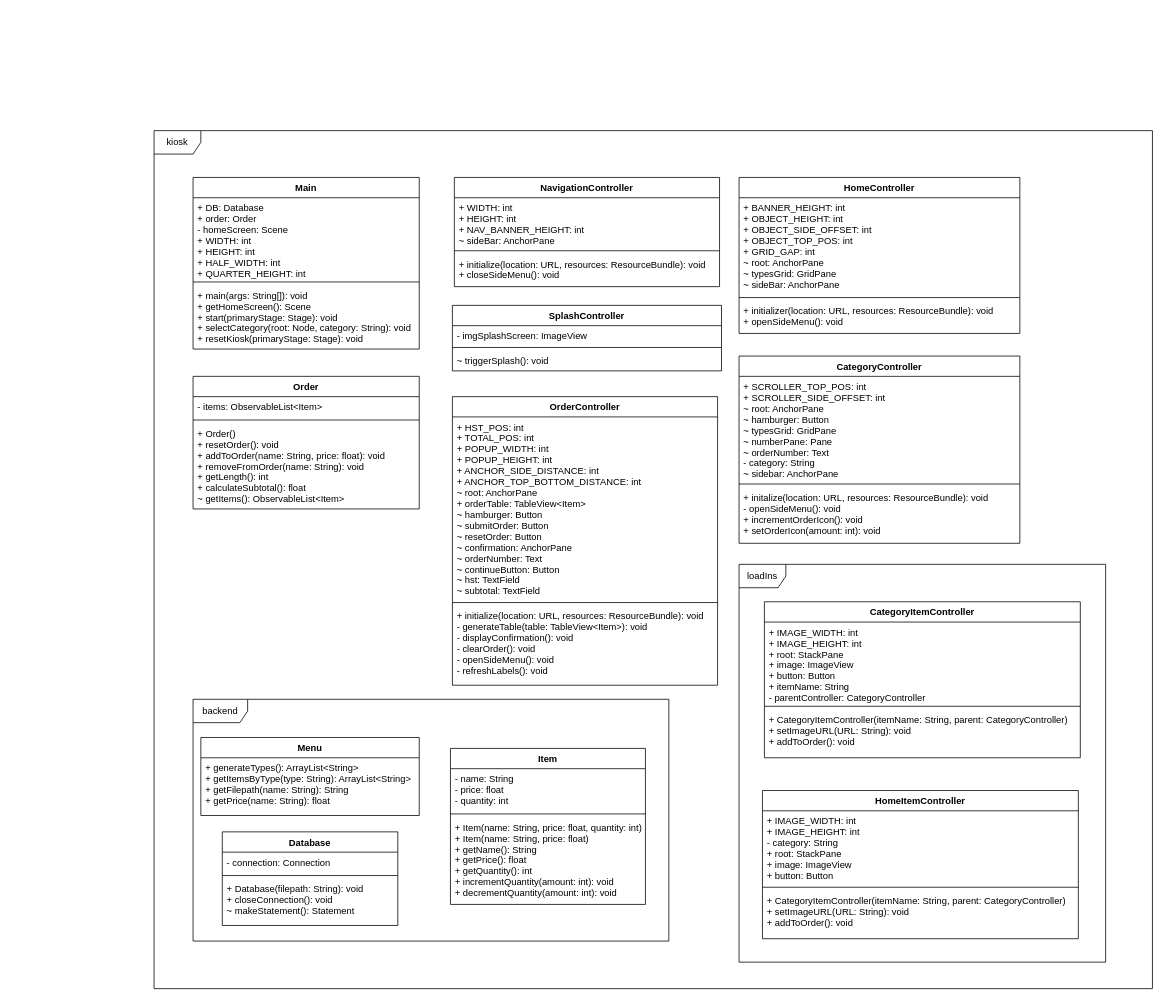
Earlier version of the draw.io diagram ClassDiagram.drawio (matthew-e-brown/COIS-2240H-FinalProject). Source tidied: cells renumbered, new cells numbered last; positions are measured from the earlier drawing's top-left corner, leaving out a move shared by most shapes. Both pictures are drawn from the tidied source at 78%, with x=0, y=0 at pixel (154, 130).
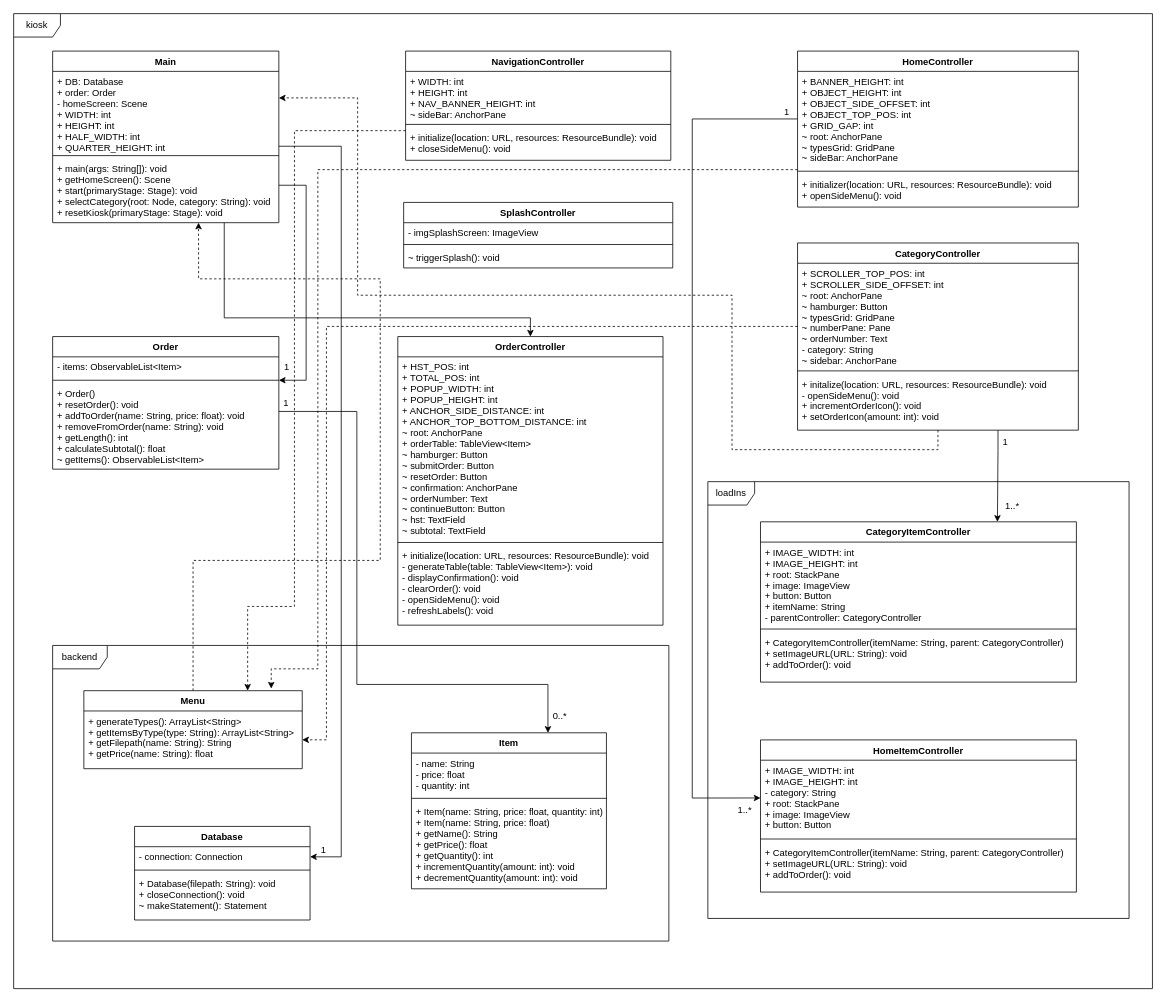
After the change.

Commit message (it also covers changes not shown here):
update class diagram 	- add paths to class diagram 	- replaced old pdf with updated pdf

The change refers to these unchanged cells:
```xml
<mxCell id="4" value="+ DB: Database&#10;+ order: Order&#10;- homeScreen: Scene&#10;+ WIDTH: int&#10;+ HEIGHT: int&#10;+ HALF_WIDTH: int&#10;+ QUARTER_HEIGHT: int" style="text;strokeColor=none;fillColor=none;align=left;verticalAlign=top;spacingLeft=4;spacingRight=4;overflow=hidden;points=[[0,0.5],[1,0.5]];portConstraint=eastwest;" parent="3" vertex="1">
  <mxGeometry y="26" width="290" height="104" as="geometry" />
</mxCell>
<mxCell id="6" value="+ main(args: String[]): void&#10;+ getHomeScreen(): Scene&#10;+ start(primaryStage: Stage): void&#10;+ selectCategory(root: Node, category: String): void&#10;+ resetKiosk(primaryStage: Stage): void&#10;" style="text;strokeColor=none;fillColor=none;align=left;verticalAlign=top;spacingLeft=4;spacingRight=4;overflow=hidden;points=[[0,0.5],[1,0.5]];portConstraint=eastwest;" parent="3" vertex="1">
  <mxGeometry y="138" width="290" height="82" as="geometry" />
</mxCell>
<mxCell id="8" value="+ SCROLLER_TOP_POS: int&#10;+ SCROLLER_SIDE_OFFSET: int&#10;~ root: AnchorPane&#10;~ hamburger: Button&#10;~ typesGrid: GridPane&#10;~ numberPane: Pane&#10;~ orderNumber: Text&#10;- category: String&#10;~ sidebar: AnchorPane&#10;" style="text;strokeColor=none;fillColor=none;align=left;verticalAlign=top;spacingLeft=4;spacingRight=4;overflow=hidden;points=[[0,0.5],[1,0.5]];portConstraint=eastwest;" parent="7" vertex="1">
  <mxGeometry y="26" width="360" height="134" as="geometry" />
</mxCell>
<mxCell id="12" value="+ BANNER_HEIGHT: int&#10;+ OBJECT_HEIGHT: int&#10;+ OBJECT_SIDE_OFFSET: int&#10;+ OBJECT_TOP_POS: int&#10;+ GRID_GAP: int&#10;~ root: AnchorPane&#10;~ typesGrid: GridPane&#10;~ sideBar: AnchorPane" style="text;strokeColor=none;fillColor=none;align=left;verticalAlign=top;spacingLeft=4;spacingRight=4;overflow=hidden;points=[[0,0.5],[1,0.5]];portConstraint=eastwest;" parent="11" vertex="1">
  <mxGeometry y="26" width="360" height="124" as="geometry" />
</mxCell>
<mxCell id="34" value="- connection: Connection" style="text;strokeColor=none;fillColor=none;align=left;verticalAlign=top;spacingLeft=4;spacingRight=4;overflow=hidden;points=[[0,0.5],[1,0.5]];portConstraint=eastwest;" parent="33" vertex="1">
  <mxGeometry y="26" width="225" height="26" as="geometry" />
</mxCell>
<mxCell id="42" value="+ generateTypes(): ArrayList&lt;String&gt;&#10;+ getItemsByType(type: String): ArrayList&lt;String&gt;&#10;+ getFilepath(name: String): String&#10;+ getPrice(name: String): float&#10;" style="text;strokeColor=none;fillColor=none;align=left;verticalAlign=top;spacingLeft=4;spacingRight=4;overflow=hidden;points=[[0,0.5],[1,0.5]];portConstraint=eastwest;" parent="41" vertex="1">
  <mxGeometry y="26" width="280" height="74" as="geometry" />
</mxCell>
```

Change to the diagram source:
```diff
@@
+    <mxCell id="44" value="loadIns&lt;br&gt;" style="shape=umlFrame;whiteSpace=wrap;html=1;" parent="1" vertex="1">
+      <mxGeometry x="710" y="450" width="540" height="560" as="geometry" />
+    </mxCell>
+    <mxCell id="32" value="&lt;div&gt;backend&lt;/div&gt;" style="shape=umlFrame;whiteSpace=wrap;html=1;width=70;height=30;" parent="1" vertex="1">
+      <mxGeometry x="-130" y="660" width="790" height="379" as="geometry" />
+    </mxCell>
     <mxCell id="2" value="kiosk&lt;br&gt;" style="shape=umlFrame;whiteSpace=wrap;html=1;" parent="1" vertex="1">
-      <mxGeometry width="1280" height="1100" as="geometry" />
+      <mxGeometry x="-180" y="-150" width="1460" height="1250" as="geometry" />
     </mxCell>
     <mxCell id="3" value="Main" style="swimlane;fontStyle=1;align=center;verticalAlign=top;horizontal=1;startSize=26;" parent="1" vertex="1">
-      <mxGeometry x="50" y="60" width="290" height="220" as="geometry" />
+      <mxGeometry x="-130" y="-102" width="290" height="220" as="geometry" />
     </mxCell>
@@
+    <mxCell id="53" style="edgeStyle=orthogonalEdgeStyle;rounded=0;jettySize=auto;html=1;entryX=1;entryY=0.5;entryDx=0;entryDy=0;dashed=1;" parent="1" edge="1" source="8" target="42">
+      <mxGeometry relative="1" as="geometry">
+        <Array as="points">
+          <mxPoint x="221" y="251" />
+          <mxPoint x="221" y="781" />
+        </Array>
+      </mxGeometry>
+    </mxCell>
+    <mxCell id="54" style="edgeStyle=orthogonalEdgeStyle;rounded=0;jettySize=auto;html=1;entryX=1;entryY=0.327;entryDx=0;entryDy=0;entryPerimeter=0;dashed=1;" parent="1" edge="1" source="7" target="4">
+      <mxGeometry relative="1" as="geometry">
+        <Array as="points">
+          <mxPoint x="1005" y="409" />
+          <mxPoint x="741" y="409" />
+          <mxPoint x="741" y="211" />
+          <mxPoint x="261" y="211" />
+          <mxPoint x="261" y="-42" />
+        </Array>
+      </mxGeometry>
+    </mxCell>
+    <mxCell id="55" style="edgeStyle=orthogonalEdgeStyle;rounded=0;jettySize=auto;html=1;entryX=0.75;entryY=0;entryDx=0;entryDy=0;" parent="1" edge="1" source="7" target="45">
+      <mxGeometry relative="1" as="geometry">
+        <Array as="points">
+          <mxPoint x="1082" y="410" />
+          <mxPoint x="1082" y="410" />
+        </Array>
+      </mxGeometry>
+    </mxCell>
+    <mxCell id="56" value="1..*" style="text;html=1;align=center;verticalAlign=middle;labelBackgroundColor=#ffffff;" parent="55" vertex="1">
+      <mxGeometry x="0.66" y="1" relative="1" as="geometry">
+        <mxPoint x="17.5" y="-1.5" as="offset" />
+      </mxGeometry>
+    </mxCell>
+    <mxCell id="57" value="1" style="text;html=1;align=center;verticalAlign=middle;labelBackgroundColor=#ffffff;" parent="55" vertex="1">
+      <mxGeometry x="-0.56" y="-13" relative="1" as="geometry">
+        <mxPoint x="21" y="-10" as="offset" />
+      </mxGeometry>
+    </mxCell>
     <mxCell id="7" value="CategoryController" style="swimlane;fontStyle=1;align=center;verticalAlign=top;horizontal=1;startSize=26;" parent="1" vertex="1">
-      <mxGeometry x="750" y="289" width="360" height="240" as="geometry" />
+      <mxGeometry x="825" y="144" width="360" height="240" as="geometry" />
     </mxCell>
@@
+    <mxCell id="58" style="edgeStyle=orthogonalEdgeStyle;rounded=0;jettySize=auto;html=1;dashed=1;entryX=0.858;entryY=-0.027;entryDx=0;entryDy=0;entryPerimeter=0;" parent="1" edge="1" source="11" target="41">
+      <mxGeometry relative="1" as="geometry">
+        <Array as="points">
+          <mxPoint x="210" y="50" />
+          <mxPoint x="210" y="690" />
+          <mxPoint x="150" y="690" />
+        </Array>
+      </mxGeometry>
+    </mxCell>
     <mxCell id="11" value="HomeController" style="swimlane;fontStyle=1;align=center;verticalAlign=top;horizontal=1;startSize=26;" parent="1" vertex="1">
-      <mxGeometry x="750" y="60" width="360" height="200" as="geometry" />
+      <mxGeometry x="825" y="-102" width="360" height="200" as="geometry" />
     </mxCell>
@@
+    <mxCell id="59" style="edgeStyle=orthogonalEdgeStyle;rounded=0;jettySize=auto;html=1;entryX=0.75;entryY=0;entryDx=0;entryDy=0;dashed=1;" parent="1" edge="1" source="15" target="41">
+      <mxGeometry relative="1" as="geometry">
+        <Array as="points">
+          <mxPoint x="180" />
+          <mxPoint x="180" y="610" />
+          <mxPoint x="120" y="610" />
+        </Array>
+      </mxGeometry>
+    </mxCell>
     <mxCell id="15" value="NavigationController" style="swimlane;fontStyle=1;align=center;verticalAlign=top;horizontal=1;startSize=26;" parent="1" vertex="1">
-      <mxGeometry x="385" y="60" width="340" height="140" as="geometry" />
+      <mxGeometry x="322.5" y="-102" width="340" height="140" as="geometry" />
     </mxCell>
@@
+    <mxCell id="60" style="edgeStyle=orthogonalEdgeStyle;rounded=0;jettySize=auto;html=1;" parent="1" edge="1" source="19" target="37">
+      <mxGeometry relative="1" as="geometry">
+        <Array as="points">
+          <mxPoint x="260" y="360" />
+          <mxPoint x="260" y="710" />
+          <mxPoint x="505" y="710" />
+        </Array>
+      </mxGeometry>
+    </mxCell>
+    <mxCell id="61" value="&lt;div&gt;0..*&lt;/div&gt;" style="text;html=1;align=center;verticalAlign=middle;labelBackgroundColor=#ffffff;" parent="60" vertex="1">
+      <mxGeometry x="0.76" y="-3" relative="1" as="geometry">
+        <mxPoint x="43" y="37" as="offset" />
+      </mxGeometry>
+    </mxCell>
+    <mxCell id="62" value="&lt;div&gt;1&lt;/div&gt;" style="text;html=1;align=center;verticalAlign=middle;labelBackgroundColor=#ffffff;" parent="60" vertex="1">
+      <mxGeometry x="-0.92" relative="1" as="geometry">
+        <mxPoint x="-21.5" y="-12" as="offset" />
+      </mxGeometry>
+    </mxCell>
     <mxCell id="19" value="Order" style="swimlane;fontStyle=1;align=center;verticalAlign=top;horizontal=1;startSize=26;" parent="1" vertex="1">
-      <mxGeometry x="50" y="315" width="290" height="170" as="geometry" />
+      <mxGeometry x="-130" y="264" width="290" height="170" as="geometry" />
     </mxCell>
@@
     <mxCell id="23" value="OrderController" style="swimlane;fontStyle=1;align=center;verticalAlign=top;horizontal=1;startSize=26;" parent="1" vertex="1">
-      <mxGeometry x="382.5" y="341" width="340" height="370" as="geometry" />
+      <mxGeometry x="312.5" y="264" width="340" height="370" as="geometry" />
     </mxCell>
@@
     <mxCell id="27" value="SplashController" style="swimlane;fontStyle=1;align=center;verticalAlign=top;horizontal=1;startSize=26;" parent="1" vertex="1">
-      <mxGeometry x="382.5" y="224" width="345" height="84" as="geometry" />
+      <mxGeometry x="320" y="92" width="345" height="84" as="geometry" />
     </mxCell>
@@
-    <mxCell id="31" style="group;" parent="1" vertex="1">
-      <mxGeometry x="50" y="729" width="610" height="310" as="geometry" />
-    </mxCell>
-    <mxCell id="32" value="&lt;div&gt;backend&lt;/div&gt;" style="shape=umlFrame;whiteSpace=wrap;html=1;width=70;height=30;" parent="31" vertex="1">
-      <mxGeometry width="610" height="310" as="geometry" />
-    </mxCell>
+    <mxCell id="63" style="edgeStyle=orthogonalEdgeStyle;rounded=0;jettySize=auto;html=1;entryX=1;entryY=0.5;entryDx=0;entryDy=0;" parent="1" edge="1" source="4" target="34">
+      <mxGeometry relative="1" as="geometry">
+        <Array as="points">
+          <mxPoint x="240" y="20" />
+          <mxPoint x="240" y="931" />
+        </Array>
+      </mxGeometry>
+    </mxCell>
+    <mxCell id="64" value="1" style="text;html=1;align=center;verticalAlign=middle;labelBackgroundColor=#ffffff;" parent="63" vertex="1">
+      <mxGeometry x="0.97" relative="1" as="geometry">
+        <mxPoint x="1" y="-10" as="offset" />
+      </mxGeometry>
+    </mxCell>
+    <mxCell id="65" style="edgeStyle=orthogonalEdgeStyle;rounded=0;jettySize=auto;html=1;" parent="1" edge="1" source="6" target="19">
+      <mxGeometry relative="1" as="geometry">
+        <Array as="points">
+          <mxPoint x="195" y="70" />
+          <mxPoint x="195" y="320" />
+        </Array>
+      </mxGeometry>
+    </mxCell>
+    <mxCell id="66" value="1" style="text;html=1;align=center;verticalAlign=middle;labelBackgroundColor=#ffffff;" parent="65" vertex="1">
+      <mxGeometry x="0.69" relative="1" as="geometry">
+        <mxPoint x="-25.5" y="-1.5" as="offset" />
+      </mxGeometry>
+    </mxCell>
+    <mxCell id="67" style="edgeStyle=orthogonalEdgeStyle;rounded=0;jettySize=auto;html=1;entryX=0.5;entryY=0;entryDx=0;entryDy=0;" parent="1" edge="1" source="6" target="23">
+      <mxGeometry relative="1" as="geometry">
+        <Array as="points">
+          <mxPoint x="90" y="240" />
+          <mxPoint x="483" y="240" />
+        </Array>
+      </mxGeometry>
+    </mxCell>
+    <mxCell id="68" style="edgeStyle=orthogonalEdgeStyle;rounded=0;jettySize=auto;html=1;entryX=0.645;entryY=1;entryDx=0;entryDy=0;entryPerimeter=0;dashed=1;" parent="1" edge="1" source="41" target="6">
+      <mxGeometry relative="1" as="geometry">
+        <Array as="points">
+          <mxPoint x="50" y="551" />
+          <mxPoint x="290" y="551" />
+          <mxPoint x="290" y="190" />
+          <mxPoint x="57" y="190" />
+        </Array>
+      </mxGeometry>
+    </mxCell>
-    <mxCell id="33" value="Database" style="swimlane;fontStyle=1;align=center;verticalAlign=top;horizontal=1;startSize=26;" parent="31" vertex="1">
-      <mxGeometry x="37.5" y="170" width="225" height="120" as="geometry" />
+    <mxCell id="33" value="Database" style="swimlane;fontStyle=1;align=center;verticalAlign=top;horizontal=1;startSize=26;" parent="1" vertex="1">
+      <mxGeometry x="-25" y="892" width="225" height="120" as="geometry" />
     </mxCell>
@@
-    <mxCell id="37" value="Item" style="swimlane;fontStyle=1;align=center;verticalAlign=top;horizontal=1;startSize=26;" parent="31" vertex="1">
-      <mxGeometry x="330" y="63" width="250" height="200" as="geometry" />
+    <mxCell id="37" value="Item" style="swimlane;fontStyle=1;align=center;verticalAlign=top;horizontal=1;startSize=26;" parent="1" vertex="1">
+      <mxGeometry x="330" y="772" width="250" height="200" as="geometry" />
     </mxCell>
@@
-    <mxCell id="41" value="Menu" style="swimlane;fontStyle=1;horizontal=1;startSize=26;fillColor=none;" parent="31" vertex="1">
-      <mxGeometry x="10" y="49" width="280" height="100" as="geometry" />
+    <mxCell id="41" value="Menu" style="swimlane;fontStyle=1;horizontal=1;startSize=26;fillColor=none;" parent="1" vertex="1">
+      <mxGeometry x="-90" y="718" width="280" height="100" as="geometry" />
     </mxCell>
@@
-    <mxCell id="43" style="group;" parent="1" vertex="1">
-      <mxGeometry x="750" y="556" width="470" height="510" as="geometry" />
-    </mxCell>
-    <mxCell id="44" value="loadIns&lt;br&gt;" style="shape=umlFrame;whiteSpace=wrap;html=1;" parent="43" vertex="1">
-      <mxGeometry width="470" height="510" as="geometry" />
-    </mxCell>
-    <mxCell id="45" value="CategoryItemController" style="swimlane;fontStyle=1;align=center;verticalAlign=top;horizontal=1;startSize=26;" parent="43" vertex="1">
-      <mxGeometry x="32.5" y="48" width="405" height="200" as="geometry" />
+    <mxCell id="45" value="CategoryItemController" style="swimlane;fontStyle=1;align=center;verticalAlign=top;horizontal=1;startSize=26;" parent="1" vertex="1">
+      <mxGeometry x="777.5" y="501.5" width="405" height="205.5" as="geometry" />
     </mxCell>
     <mxCell id="46" value="+ IMAGE_WIDTH: int&#10;+ IMAGE_HEIGHT: int&#10;+ root: StackPane&#10;+ image: ImageView&#10;+ button: Button&#10;+ itemName: String&#10;- parentController: CategoryController&#10;&#10;" style="text;strokeColor=none;fillColor=none;align=left;verticalAlign=top;spacingLeft=4;spacingRight=4;overflow=hidden;" parent="45" vertex="1">
-      <mxGeometry y="26" width="405" height="104" as="geometry" />
+      <mxGeometry y="26" width="405" height="107.3" as="geometry" />
     </mxCell>
     <mxCell id="47" style="line;strokeWidth=1;fillColor=none;align=left;verticalAlign=middle;spacingTop=-1;spacingLeft=3;spacingRight=3;labelPosition=right;" parent="45" vertex="1">
-      <mxGeometry y="130" width="405" height="8" as="geometry" />
+      <mxGeometry y="133.3" width="405" height="8.3" as="geometry" />
     </mxCell>
     <mxCell id="48" value="+ CategoryItemController(itemName: String, parent: CategoryController)&#10;+ setImageURL(URL: String): void&#10;+ addToOrder(): void&#10;" style="text;strokeColor=none;fillColor=none;align=left;verticalAlign=top;spacingLeft=4;spacingRight=4;overflow=hidden;" parent="45" vertex="1">
-      <mxGeometry y="138" width="405" height="62" as="geometry" />
+      <mxGeometry y="141.5" width="405" height="63.9" as="geometry" />
     </mxCell>
-    <mxCell id="49" value="HomeItemController" style="swimlane;fontStyle=1;align=center;verticalAlign=top;horizontal=1;startSize=26;" parent="43" vertex="1">
-      <mxGeometry x="30" y="290" width="405" height="190" as="geometry" />
+    <mxCell id="49" value="HomeItemController" style="swimlane;fontStyle=1;align=center;verticalAlign=top;horizontal=1;startSize=26;" parent="1" vertex="1">
+      <mxGeometry x="777.5" y="781.1" width="405" height="195.1" as="geometry" />
     </mxCell>
     <mxCell id="50" value="+ IMAGE_WIDTH: int&#10;+ IMAGE_HEIGHT: int&#10;- category: String&#10;+ root: StackPane&#10;+ image: ImageView&#10;+ button: Button&#10;&#10;&#10;" style="text;strokeColor=none;fillColor=none;align=left;verticalAlign=top;spacingLeft=4;spacingRight=4;overflow=hidden;points=[[0,0.5],[1,0.5]];portConstraint=eastwest;" parent="49" vertex="1">
-      <mxGeometry y="26" width="405" height="94" as="geometry" />
+      <mxGeometry y="26" width="405" height="96.9" as="geometry" />
     </mxCell>
     <mxCell id="51" style="line;strokeWidth=1;fillColor=none;align=left;verticalAlign=middle;spacingTop=-1;spacingLeft=3;spacingRight=3;labelPosition=right;" parent="49" vertex="1">
-      <mxGeometry y="120" width="405" height="8" as="geometry" />
+      <mxGeometry y="122.9" width="405" height="8.3" as="geometry" />
     </mxCell>
     <mxCell id="52" value="+ CategoryItemController(itemName: String, parent: CategoryController)&#10;+ setImageURL(URL: String): void&#10;+ addToOrder(): void&#10;" style="text;strokeColor=none;fillColor=none;align=left;verticalAlign=top;spacingLeft=4;spacingRight=4;overflow=hidden;" parent="49" vertex="1">
-      <mxGeometry y="128" width="405" height="62" as="geometry" />
+      <mxGeometry y="131.2" width="405" height="63.9" as="geometry" />
     </mxCell>
+    <mxCell id="69" style="edgeStyle=orthogonalEdgeStyle;rounded=0;jettySize=auto;html=1;entryX=0;entryY=0.5;entryDx=0;entryDy=0;" parent="1" edge="1" source="12" target="50">
+      <mxGeometry relative="1" as="geometry">
+        <Array as="points">
+          <mxPoint x="690" y="-15" />
+          <mxPoint x="690" y="855" />
+        </Array>
+      </mxGeometry>
+    </mxCell>
+    <mxCell id="70" value="1..*" style="text;html=1;align=center;verticalAlign=middle;labelBackgroundColor=#ffffff;" parent="69" vertex="1">
+      <mxGeometry x="0.96" relative="1" as="geometry">
+        <mxPoint x="1.5" y="14.5" as="offset" />
+      </mxGeometry>
+    </mxCell>
+    <mxCell id="71" value="1" style="text;html=1;align=center;verticalAlign=middle;labelBackgroundColor=#ffffff;" parent="69" vertex="1">
+      <mxGeometry x="-0.94" relative="1" as="geometry">
+        <mxPoint x="18" y="-10" as="offset" />
+      </mxGeometry>
+    </mxCell>
```
